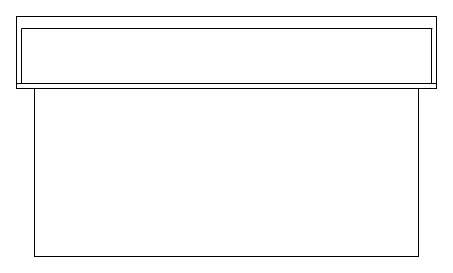
Before: Billings Elevation.drawio in dpolaristar/drawio, a draw.io diagram. Source tidied: cells renumbered, new cells numbered last; positions are measured from the earlier drawing's top-left corner, leaving out a move shared by most shapes. Both pictures are drawn from the tidied source at 100%, with x=0, y=0 at pixel (16, 16).
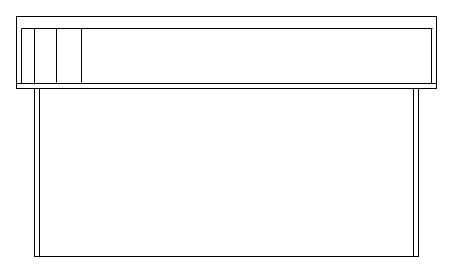
After the change.

Change to the diagram source:
```diff
@@
 <mxGraphModel>
   <root>
     <mxCell id="0" />
     <mxCell id="1" parent="0" />
     <mxCell id="2" style="rounded=0;whiteSpace=wrap;html=1;" parent="1" vertex="1">
       <mxGeometry x="18" y="72" width="384" height="168" as="geometry" />
     </mxCell>
     <mxCell id="3" style="rounded=0;whiteSpace=wrap;html=1;" parent="1" vertex="1">
       <mxGeometry width="420" height="72" as="geometry" />
     </mxCell>
     <mxCell id="4" style="line;strokeWidth=1;html=1;" parent="1" vertex="1">
       <mxGeometry y="62" width="420" height="10" as="geometry" />
     </mxCell>
     <mxCell id="5" style="line;strokeWidth=1;direction=south;html=1;" parent="1" vertex="1">
       <mxGeometry y="12" width="10" height="55" as="geometry" />
     </mxCell>
     <mxCell id="6" style="line;strokeWidth=1;direction=south;html=1;" parent="1" vertex="1">
       <mxGeometry x="410" y="12" width="10" height="55" as="geometry" />
     </mxCell>
     <mxCell id="7" style="line;strokeWidth=1;html=1;" parent="1" vertex="1">
       <mxGeometry x="5" y="7" width="411" height="10" as="geometry" />
     </mxCell>
+    <mxCell id="8" style="line;strokeWidth=1;direction=south;html=1;" parent="1" vertex="1">
+      <mxGeometry x="18" y="72" width="10" height="168" as="geometry" />
+    </mxCell>
+    <mxCell id="9" style="line;strokeWidth=1;direction=south;html=1;" parent="1" vertex="1">
+      <mxGeometry x="392" y="72" width="10" height="168" as="geometry" />
+    </mxCell>
+    <mxCell id="10" style="line;strokeWidth=1;direction=south;html=1;" parent="1" vertex="1">
+      <mxGeometry x="13" y="12" width="10" height="56" as="geometry" />
+    </mxCell>
+    <mxCell id="11" style="line;strokeWidth=1;direction=south;html=1;" parent="1" vertex="1">
+      <mxGeometry x="35" y="12" width="10" height="54" as="geometry" />
+    </mxCell>
+    <mxCell id="12" style="line;strokeWidth=1;direction=south;html=1;" parent="1" vertex="1">
+      <mxGeometry x="60" y="12" width="10" height="54" as="geometry" />
+    </mxCell>
   </root>
 </mxGraphModel>
```
